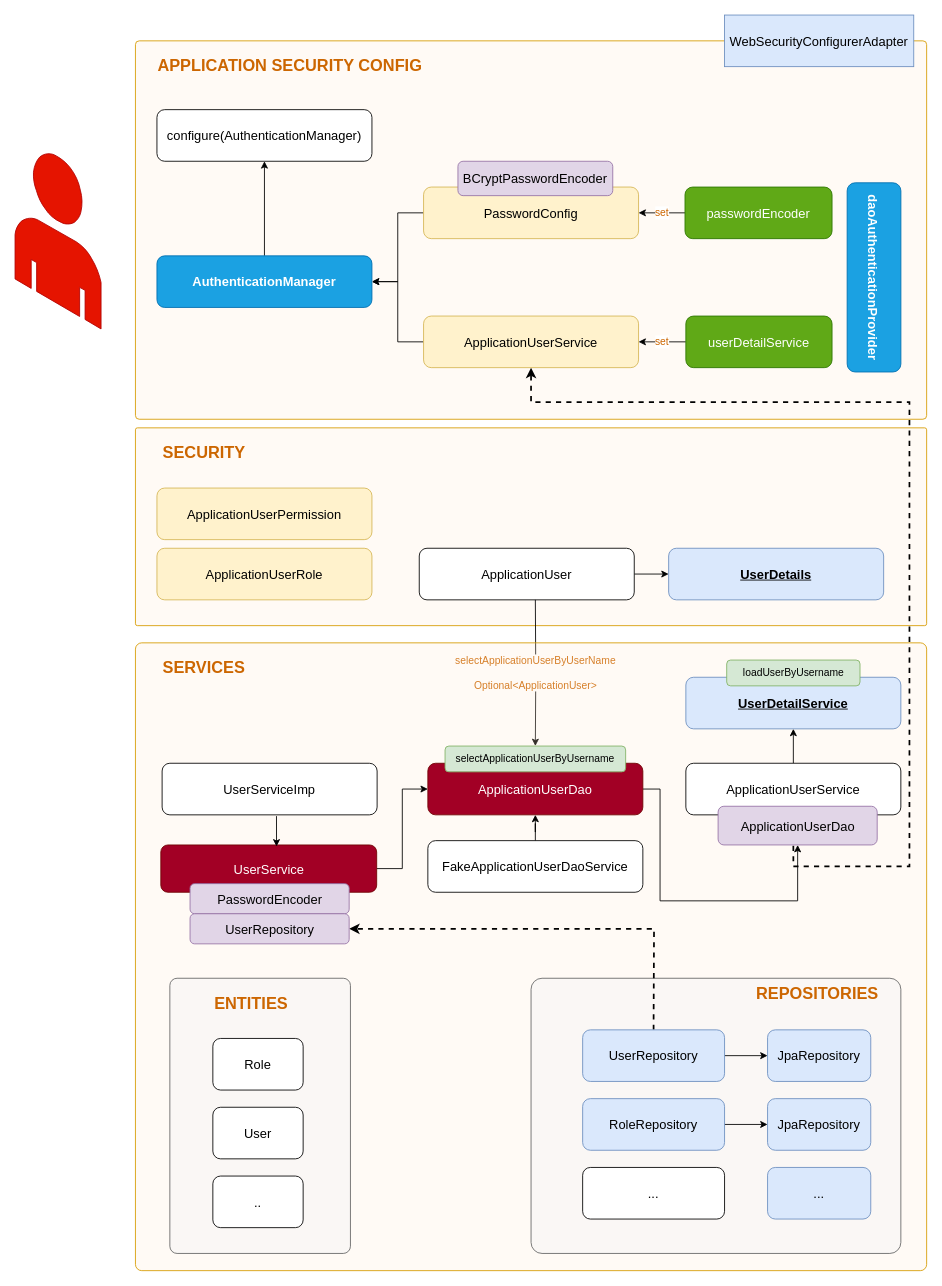
Before: page "SpringSecurityBasicAuth" (1 of 3) of day-13/day-13.drawio in zcomert/java-react-bootcamp, a draw.io diagram. Source tidied: cells renumbered, new cells numbered last; positions are measured from the earlier drawing's top-left corner, leaving out a move shared by most shapes. Both pictures are drawn from the tidied source at 86%, with x=0, y=0 at pixel (15, 15).
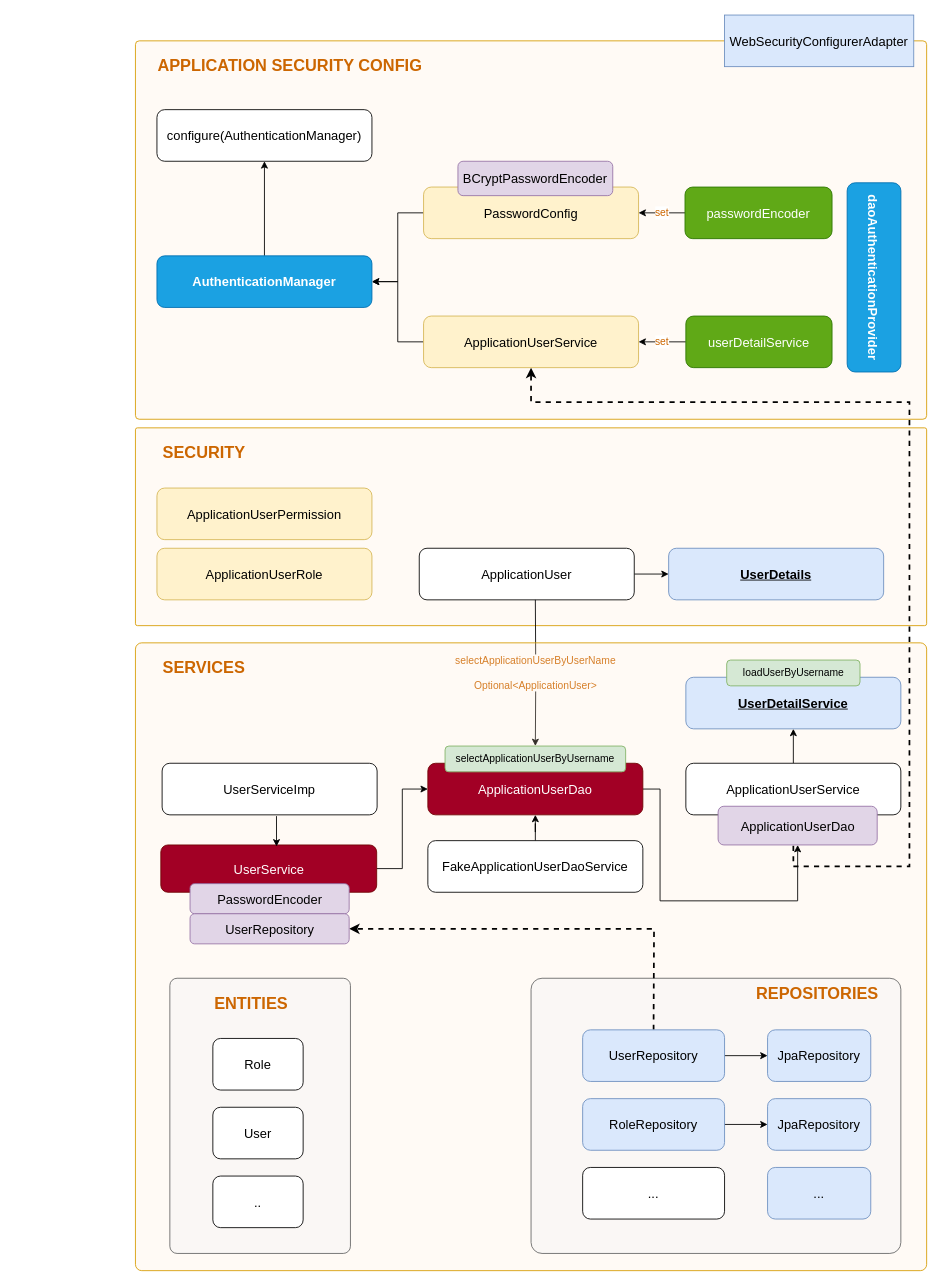
The same page after the edit.

Commit message (it also covers changes not shown here):
day-13 has been completed.

What changed in the source:
```diff
@@
-    <mxCell id="61" style="verticalLabelPosition=bottom;html=1;verticalAlign=top;strokeWidth=1;align=center;dashed=0;shape=mxgraph.aws3d.end_user;strokeColor=#B20000;fillColor=#e51400;fontColor=#ffffff;" parent="1" vertex="1">
-      <mxGeometry y="160" width="100" height="205" as="geometry" />
-    </mxCell>
```
